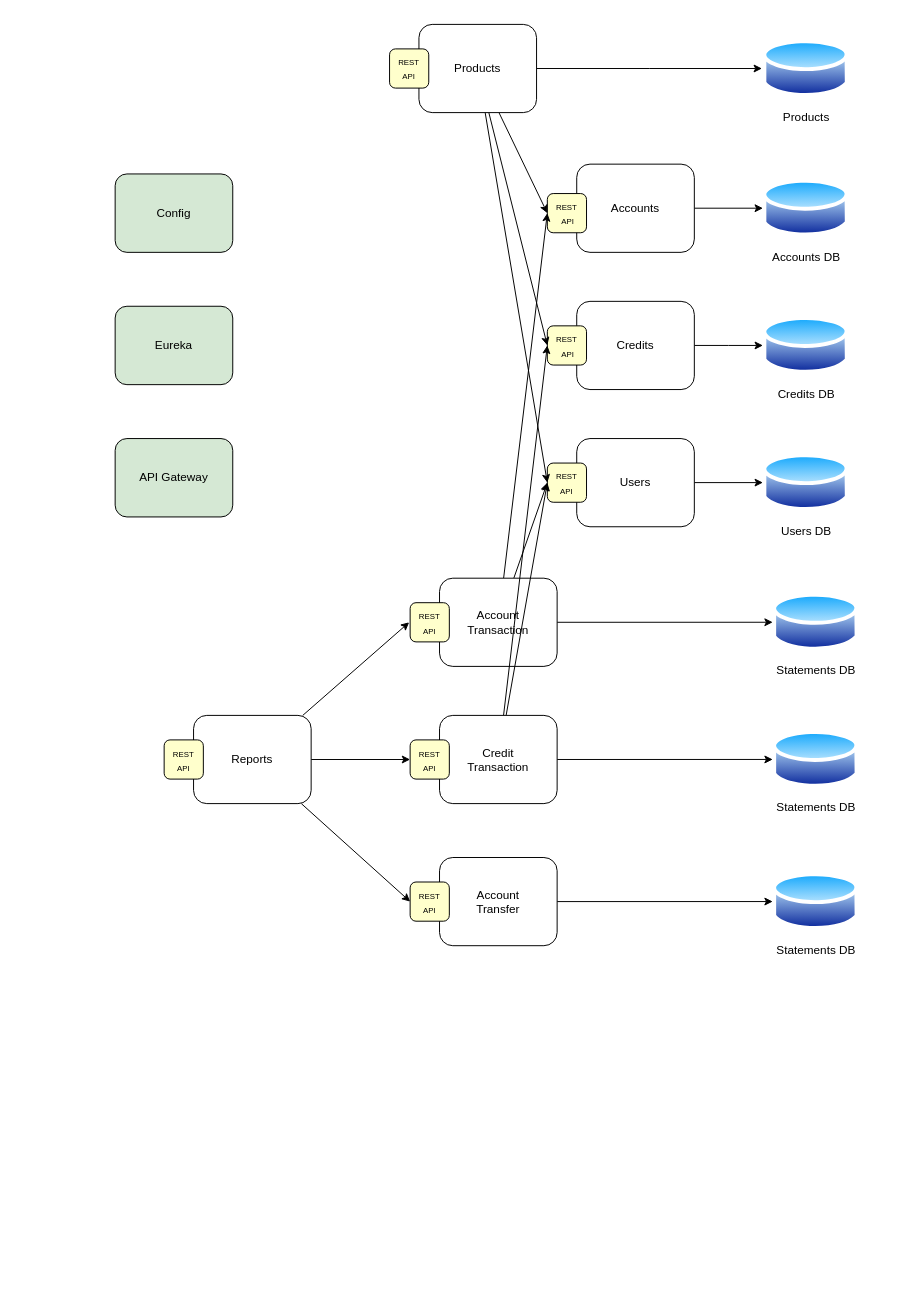
Above: Diagram.drawio.xml in gmeza-nttdata/bootcamp-docs (draw.io), before the change. Source tidied: cells renumbered, new cells numbered last; positions are measured from the earlier drawing's top-left corner, leaving out a move shared by most shapes. Both pictures are drawn from the tidied source at 98%, with x=0, y=0 at pixel (115, 24).
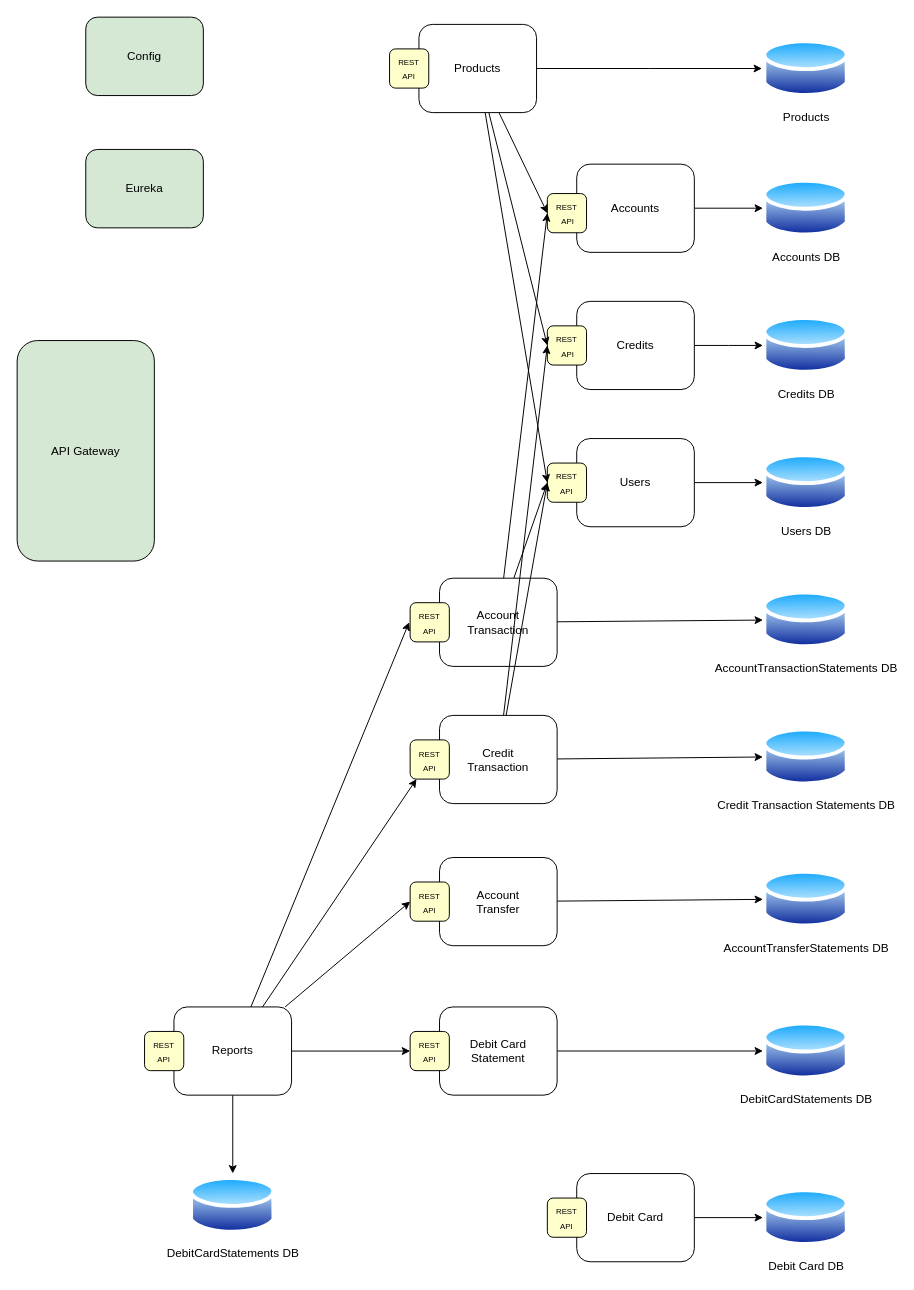
The same diagram, later.

The edit, as a diff of the source:
```diff
@@
     <mxCell id="19" value="Config" style="rounded=1;whiteSpace=wrap;html=1;fillColor=#D5E8D4;" parent="1" vertex="1">
-      <mxGeometry y="153" width="120" height="80" as="geometry" />
+      <mxGeometry x="-30" y="-7" width="120" height="80" as="geometry" />
     </mxCell>
@@
-    <mxCell id="21" value="Statements DB" style="perimeter=ellipsePerimeter;html=1;align=center;shadow=0;dashed=0;spacingTop=3;image;image=img/lib/active_directory/database.svg;" parent="1" vertex="1">
-      <mxGeometry x="671" y="862.9" width="88" height="65.1" as="geometry" />
+    <mxCell id="21" value="AccountTransferStatements DB" style="perimeter=ellipsePerimeter;html=1;align=center;shadow=0;dashed=0;spacingTop=3;image;image=img/lib/active_directory/database.svg;" parent="1" vertex="1">
+      <mxGeometry x="661" y="860.4" width="88" height="65.1" as="geometry" />
     </mxCell>
@@
     <mxCell id="27" value="Eureka" style="rounded=1;whiteSpace=wrap;html=1;fillColor=#D5E8D4;" parent="1" vertex="1">
-      <mxGeometry y="288" width="120" height="80" as="geometry" />
+      <mxGeometry x="-30" y="128" width="120" height="80" as="geometry" />
     </mxCell>
     <mxCell id="28" value="API Gateway" style="rounded=1;whiteSpace=wrap;html=1;fillColor=#D5E8D4;" parent="1" vertex="1">
-      <mxGeometry y="423" width="120" height="80" as="geometry" />
+      <mxGeometry x="-100" y="323" width="140" height="225" as="geometry" />
     </mxCell>
@@
+    <mxCell id="45" style="edgeStyle=orthogonalEdgeStyle;rounded=0;jettySize=auto;html=1;entryX=0;entryY=0.5;entryDx=0;entryDy=0;" parent="1" edge="1" source="38" target="54">
+      <mxGeometry relative="1" as="geometry" />
+    </mxCell>
+    <mxCell id="46" style="edgeStyle=orthogonalEdgeStyle;rounded=0;jettySize=auto;html=1;entryX=0.5;entryY=0;entryDx=0;entryDy=0;" parent="1" edge="1" source="38" target="55">
+      <mxGeometry relative="1" as="geometry" />
+    </mxCell>
     <mxCell id="38" value="Reports" style="rounded=1;whiteSpace=wrap;html=1;" parent="1" vertex="1">
-      <mxGeometry x="80" y="705.5" width="120" height="90" as="geometry" />
+      <mxGeometry x="60" y="1003" width="120" height="90" as="geometry" />
     </mxCell>
     <mxCell id="39" value="&lt;font style=&quot;font-size: 8px&quot;&gt;REST &lt;br&gt;API&lt;/font&gt;" style="rounded=1;whiteSpace=wrap;html=1;fillColor=#FFFFCC;" parent="1" vertex="1">
-      <mxGeometry x="50" y="730.5" width="40" height="40" as="geometry" />
+      <mxGeometry x="30" y="1028" width="40" height="40" as="geometry" />
     </mxCell>
@@
-    <mxCell id="43" value="Statements DB" style="perimeter=ellipsePerimeter;html=1;align=center;shadow=0;dashed=0;spacingTop=3;image;image=img/lib/active_directory/database.svg;" parent="1" vertex="1">
-      <mxGeometry x="671" y="717.9" width="88" height="65.1" as="geometry" />
+    <mxCell id="43" value="Credit Transaction Statements DB" style="perimeter=ellipsePerimeter;html=1;align=center;shadow=0;dashed=0;spacingTop=3;image;image=img/lib/active_directory/database.svg;" parent="1" vertex="1">
+      <mxGeometry x="661" y="715.4" width="88" height="65.1" as="geometry" />
     </mxCell>
-    <mxCell id="44" value="Statements DB" style="perimeter=ellipsePerimeter;html=1;align=center;shadow=0;dashed=0;spacingTop=3;image;image=img/lib/active_directory/database.svg;" parent="1" vertex="1">
-      <mxGeometry x="671" y="577.9" width="88" height="65.1" as="geometry" />
+    <mxCell id="44" value="AccountTransactionStatements DB" style="perimeter=ellipsePerimeter;html=1;align=center;shadow=0;dashed=0;spacingTop=3;image;image=img/lib/active_directory/database.svg;" parent="1" vertex="1">
+      <mxGeometry x="661" y="575.4" width="88" height="65.1" as="geometry" />
     </mxCell>
+    <mxCell id="47" style="edgeStyle=orthogonalEdgeStyle;rounded=0;jettySize=auto;html=1;entryX=0;entryY=0.5;entryDx=0;entryDy=0;endArrow=classic;endFill=1;" parent="1" edge="1" source="48" target="49">
+      <mxGeometry relative="1" as="geometry" />
+    </mxCell>
+    <mxCell id="48" value="Debit Card" style="rounded=1;whiteSpace=wrap;html=1;" parent="1" vertex="1">
+      <mxGeometry x="471" y="1173" width="120" height="90" as="geometry" />
+    </mxCell>
+    <mxCell id="49" value="Debit Card DB" style="perimeter=ellipsePerimeter;html=1;align=center;shadow=0;dashed=0;spacingTop=3;image;image=img/lib/active_directory/database.svg;" parent="1" vertex="1">
+      <mxGeometry x="661" y="1185.4" width="88" height="65.1" as="geometry" />
+    </mxCell>
+    <mxCell id="50" value="&lt;font style=&quot;font-size: 8px&quot;&gt;REST &lt;br&gt;API&lt;/font&gt;" style="rounded=1;whiteSpace=wrap;html=1;fillColor=#FFFFCC;" parent="1" vertex="1">
+      <mxGeometry x="441" y="1198" width="40" height="40" as="geometry" />
+    </mxCell>
+    <mxCell id="51" style="edgeStyle=orthogonalEdgeStyle;rounded=0;jettySize=auto;html=1;entryX=0;entryY=0.5;entryDx=0;entryDy=0;endArrow=classic;endFill=1;" parent="1" edge="1" source="52" target="53">
+      <mxGeometry relative="1" as="geometry" />
+    </mxCell>
+    <mxCell id="52" value="Debit Card &lt;br&gt;Statement" style="rounded=1;whiteSpace=wrap;html=1;" parent="1" vertex="1">
+      <mxGeometry x="331" y="1003" width="120" height="90" as="geometry" />
+    </mxCell>
+    <mxCell id="53" value="DebitCardStatements DB" style="perimeter=ellipsePerimeter;html=1;align=center;shadow=0;dashed=0;spacingTop=3;image;image=img/lib/active_directory/database.svg;" parent="1" vertex="1">
+      <mxGeometry x="661" y="1015.4" width="88" height="65.1" as="geometry" />
+    </mxCell>
+    <mxCell id="54" value="&lt;font style=&quot;font-size: 8px&quot;&gt;REST &lt;br&gt;API&lt;/font&gt;" style="rounded=1;whiteSpace=wrap;html=1;fillColor=#FFFFCC;" parent="1" vertex="1">
+      <mxGeometry x="301" y="1028" width="40" height="40" as="geometry" />
+    </mxCell>
+    <mxCell id="55" value="DebitCardStatements DB" style="perimeter=ellipsePerimeter;html=1;align=center;shadow=0;dashed=0;spacingTop=3;image;image=img/lib/active_directory/database.svg;" parent="1" vertex="1">
+      <mxGeometry x="76" y="1172.9" width="88" height="65.1" as="geometry" />
+    </mxCell>
```
